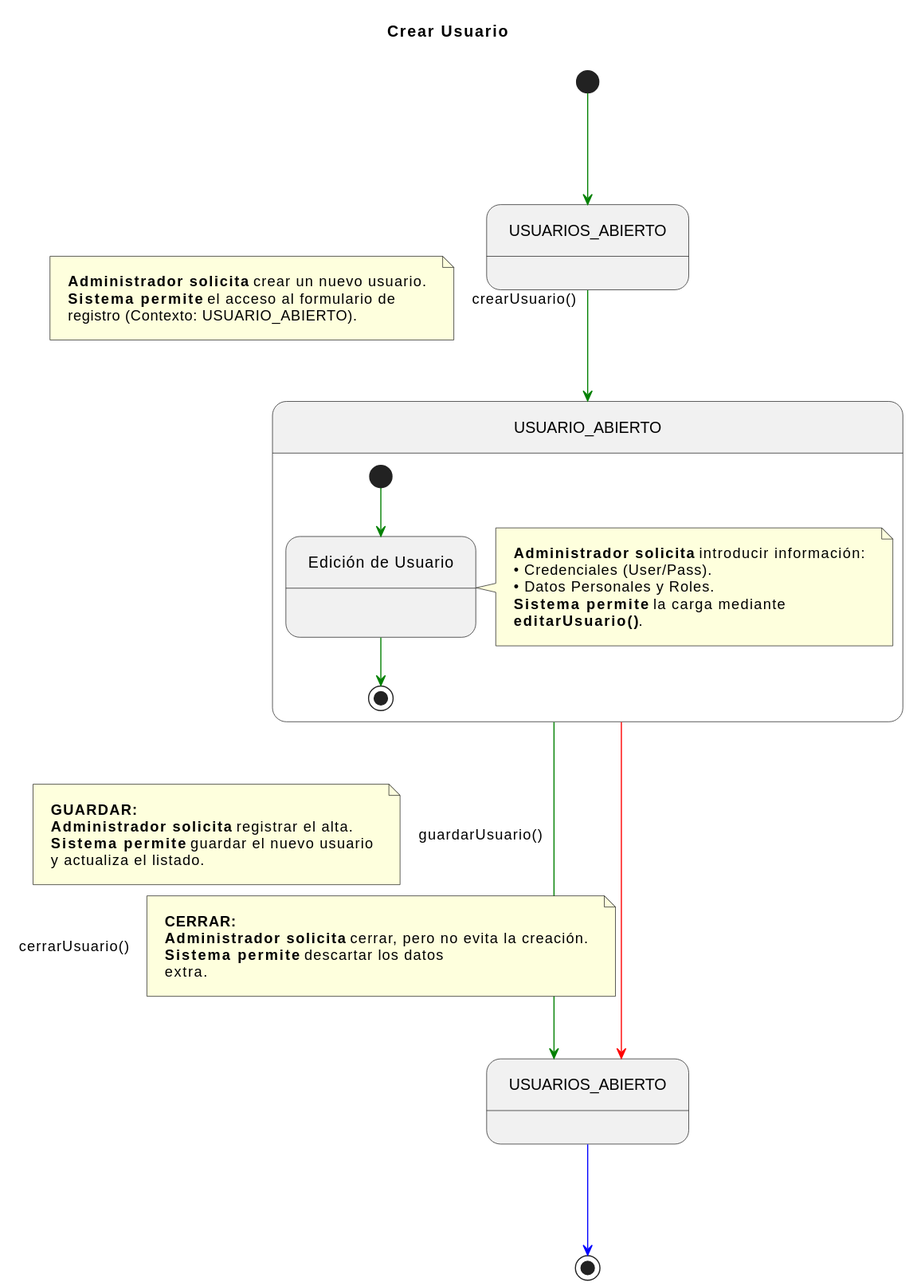
Before: documents/requisitado/02-detalle/Administrador/crearUsuario.svg, a diagram exported from PlantUML (jerdier/25-26-idsw2-sdVC). Its diagram source:
```plantuml
@startuml
title Crear Usuario

skinparam nodesep 100
skinparam ranksep 100
skinparam linetype ortho
skinparam Padding 10

state USUARIOS_ABIERTO_INICIAL  as "USUARIOS_ABIERTO"
state USUARIO_ABIERTO_COMP      as "USUARIO_ABIERTO"
state USUARIOS_ABIERTO_FINAL    as "USUARIOS_ABIERTO"

[*] -[#green]-> USUARIOS_ABIERTO_INICIAL

USUARIOS_ABIERTO_INICIAL -[#green]-> USUARIO_ABIERTO_COMP : crearUsuario()
note left on link
    <b>Administrador solicita</b> crear un nuevo usuario.
    <b>Sistema permite</b> el acceso al formulario de
    registro (Contexto: USUARIO_ABIERTO).
end note

state USUARIO_ABIERTO_COMP {
    state FormularioRegistro as "Edición de Usuario"

    FormularioRegistro :

    [*] -[#green]-> FormularioRegistro

    note right of FormularioRegistro
        <b>Administrador solicita</b> introducir información:
        • Credenciales (User/Pass).
        • Datos Personales y Roles.
        <b>Sistema permite</b> la carga mediante
        **editarUsuario()**.
    end note

    FormularioRegistro -[#green]-> [*]
}

USUARIO_ABIERTO_COMP -[#green]---> USUARIOS_ABIERTO_FINAL : guardarUsuario()
note left on link
    <b>GUARDAR:</b>
    <b>Administrador solicita</b> registrar el alta.
    <b>Sistema permite</b> guardar el nuevo usuario
    y actualiza el listado.
end note

USUARIO_ABIERTO_COMP -[#red]---> USUARIOS_ABIERTO_FINAL : cerrarUsuario()
note right on link
    <b>CERRAR:</b>
    <b>Administrador solicita</b> cerrar, pero no evita la creación.
    <b>Sistema permite</b> descartar los datos
    extra.
end note

USUARIOS_ABIERTO_FINAL -[#blue]-> [*]
@enduml
```
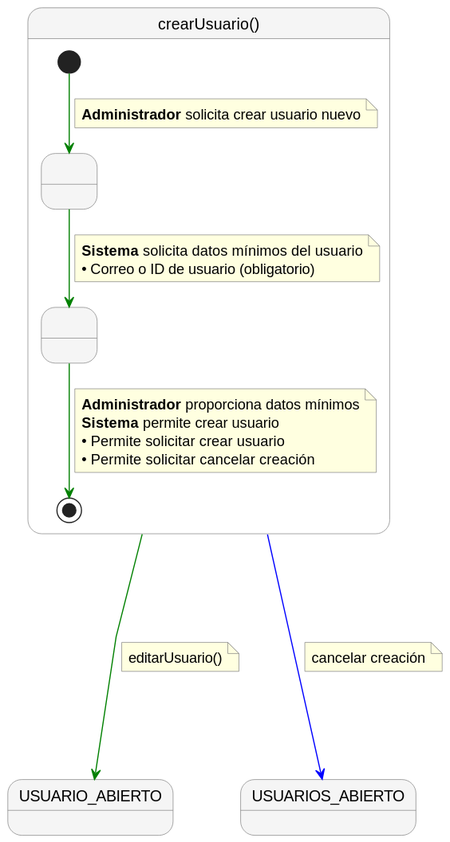
Later version of the same file.

The edit, as a diff of the source:
```diff
@@ -1,57 +1,47 @@
 @startuml
-title Crear Usuario
+skinparam nodesep 60
+skinparam ranksep 60
+skinparam linetype polyline
+skinparam NoteBackgroundColor lightyellow
+skinparam NoteBorderColor gray
+skinparam StateBackgroundColor #F5F5F5
+skinparam StateBorderColor gray
 
-skinparam nodesep 100
-skinparam ranksep 100
-skinparam linetype ortho
-skinparam Padding 10
+state "crearUsuario()" as crearUsuario {
 
-state USUARIOS_ABIERTO_INICIAL  as "USUARIOS_ABIERTO"
-state USUARIO_ABIERTO_COMP      as "USUARIO_ABIERTO"
-state USUARIOS_ABIERTO_FINAL    as "USUARIOS_ABIERTO"
+    state " " as Paso1
+    state " " as Paso2
 
-[*] -[#green]-> USUARIOS_ABIERTO_INICIAL
+    [*] -[#green]-> Paso1
+    note on link
+      <b>Administrador</b> solicita crear usuario nuevo
+    end note
 
-USUARIOS_ABIERTO_INICIAL -[#green]-> USUARIO_ABIERTO_COMP : crearUsuario()
-note left on link
-    <b>Administrador solicita</b> crear un nuevo usuario.
-    <b>Sistema permite</b> el acceso al formulario de
-    registro (Contexto: USUARIO_ABIERTO).
+    Paso1 -[#green]-> Paso2
+    note on link
+      <b>Sistema</b> solicita datos mínimos del usuario
+      • Correo o ID de usuario (obligatorio)
+    end note
+
+    Paso2 -[#green]-> [*]
+    note on link
+      <b>Administrador</b> proporciona datos mínimos
+      <b>Sistema</b> permite crear usuario
+      • Permite solicitar crear usuario
+      • Permite solicitar cancelar creación
+    end note
+}
+
+state "USUARIO_ABIERTO" as USUARIO_ABIERTO
+state "USUARIOS_ABIERTO" as USUARIOS_ABIERTO
+
+crearUsuario -[#green]---> USUARIO_ABIERTO
+note right on link
+  editarUsuario()
 end note
 
-state USUARIO_ABIERTO_COMP {
-    state FormularioRegistro as "Edición de Usuario"
-
-    FormularioRegistro :
-
-    [*] -[#green]-> FormularioRegistro
-
-    note right of FormularioRegistro
-        <b>Administrador solicita</b> introducir información:
-        • Credenciales (User/Pass).
-        • Datos Personales y Roles.
-        <b>Sistema permite</b> la carga mediante
-        **editarUsuario()**.
-    end note
-
-    FormularioRegistro -[#green]-> [*]
-}
-
-USUARIO_ABIERTO_COMP -[#green]---> USUARIOS_ABIERTO_FINAL : guardarUsuario()
-note left on link
-    <b>GUARDAR:</b>
-    <b>Administrador solicita</b> registrar el alta.
-    <b>Sistema permite</b> guardar el nuevo usuario
-    y actualiza el listado.
+crearUsuario -[#blue]---> USUARIOS_ABIERTO
+note right on link
+  cancelar creación
 end note
-
-USUARIO_ABIERTO_COMP -[#red]---> USUARIOS_ABIERTO_FINAL : cerrarUsuario()
-note right on link
-    <b>CERRAR:</b>
-    <b>Administrador solicita</b> cerrar, pero no evita la creación.
-    <b>Sistema permite</b> descartar los datos
-    extra.
-end note
-
-USUARIOS_ABIERTO_FINAL -[#blue]-> [*]
 @enduml
```
